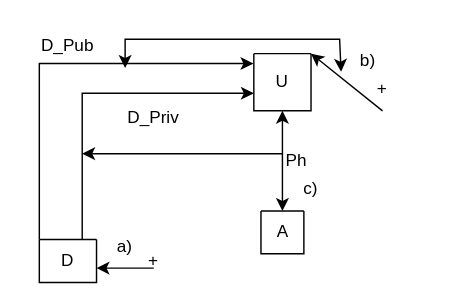
Before: Dyplom/rys03/dodawanie_dokumentów_schemat.drawio in Golec5000/HarmonyHomeNet, a draw.io diagram. Source tidied: cells renumbered, new cells numbered last; positions are measured from the earlier drawing's top-left corner, leaving out a move shared by most shapes. Both pictures are drawn from the tidied source at 143%, with x=0, y=0 at pixel (24, 24).
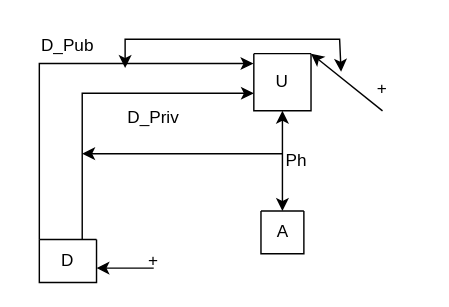
The same diagram, later.

Diff of the diagram source:
```diff
@@
-    <mxCell id="20" value="a)" style="text;html=1;align=center;verticalAlign=middle;whiteSpace=wrap;rounded=0;" parent="1" vertex="1">
-      <mxGeometry x="40" y="140" width="60" height="30" as="geometry" />
-    </mxCell>
-    <mxCell id="21" value="b)" style="text;html=1;align=center;verticalAlign=middle;whiteSpace=wrap;rounded=0;" parent="1" vertex="1">
-      <mxGeometry x="210" y="10" width="60" height="30" as="geometry" />
-    </mxCell>
-    <mxCell id="22" value="c)" style="text;html=1;align=center;verticalAlign=middle;whiteSpace=wrap;rounded=0;" parent="1" vertex="1">
-      <mxGeometry x="170" y="100" width="60" height="30" as="geometry" />
-    </mxCell>
```
